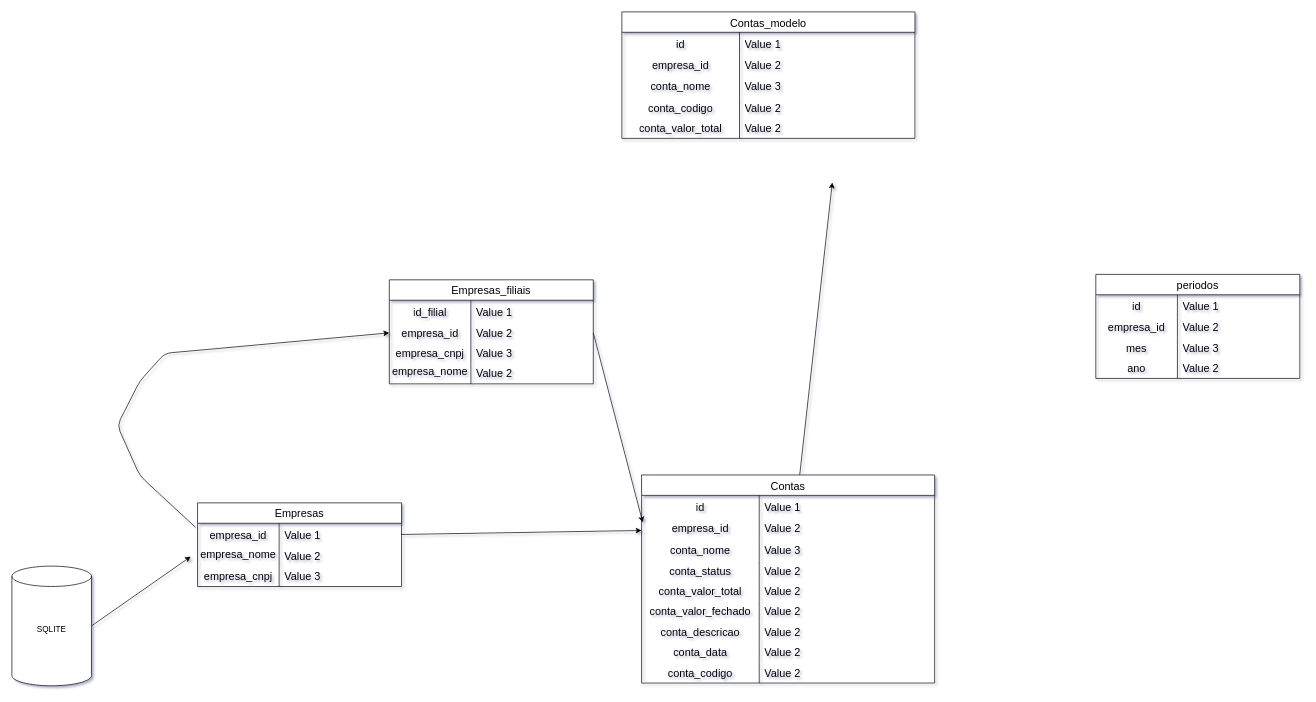
The draw.io diagram db.drawio in GabigolDEVPY/Gestao-DP-contabil, before the edit. Source tidied: cells renumbered, new cells numbered last; positions are measured from the earlier drawing's top-left corner, leaving out a move shared by most shapes. Both pictures are drawn from the tidied source at 68%, with x=0, y=0 at pixel (12, 12).
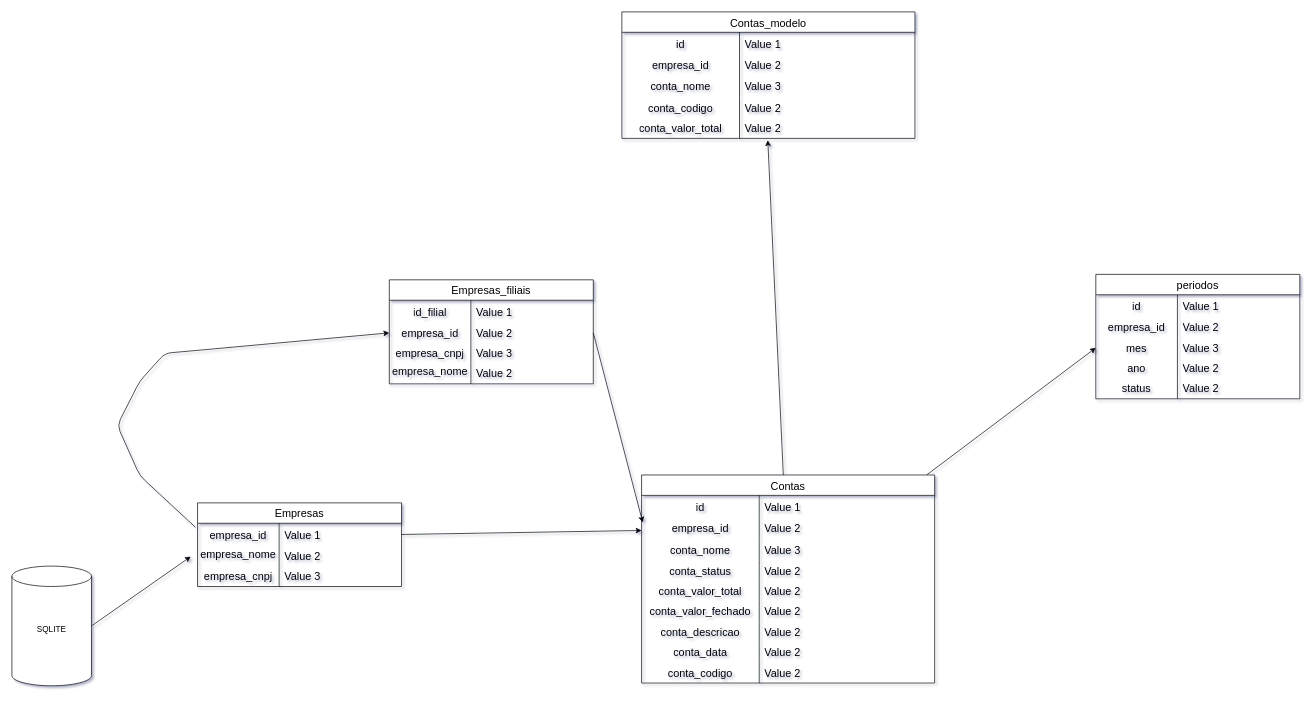
Above is the later version.

The change refers to these unchanged cells:
```xml
<mxCell id="28" value="Contas" style="shape=table;startSize=30;childLayout=tableLayout;rowLines=0;fontStyle=0;strokeColor=default;fontSize=16;" parent="1" vertex="1">
  <mxGeometry x="926" y="681" width="431" height="306" as="geometry" />
</mxCell>
<mxCell id="69" style="shape=tableRow;horizontal=0;startSize=0;swimlaneHead=0;swimlaneBody=0;top=0;left=0;bottom=0;right=0;fillColor=none;points=[[0,0.5],[1,0.5]];portConstraint=eastwest;strokeColor=inherit;fontSize=16;" parent="56" vertex="1">
  <mxGeometry y="156" width="431" height="30" as="geometry" />
</mxCell>
<mxCell id="82" style="shape=tableRow;horizontal=0;startSize=0;swimlaneHead=0;swimlaneBody=0;top=0;left=0;bottom=0;right=0;fillColor=none;points=[[0,0.5],[1,0.5]];portConstraint=eastwest;strokeColor=inherit;fontSize=16;" parent="75" vertex="1">
  <mxGeometry y="93" width="300" height="30" as="geometry" />
</mxCell>
```

Diff of the diagram source:
```diff
@@
+    <mxCell id="88" style="edgeStyle=none;html=1;entryX=0;entryY=0.5;entryDx=0;entryDy=0;" parent="1" edge="1" source="28" target="82">
+      <mxGeometry relative="1" as="geometry" />
+    </mxCell>
@@
-    <mxCell id="74" style="edgeStyle=none;html=1;entryX=0.718;entryY=1.159;entryDx=0;entryDy=0;entryPerimeter=0;" parent="1" edge="1" source="28">
-      <mxGeometry relative="1" as="geometry">
-        <mxPoint x="1206.5" y="250.8" as="targetPoint" />
-      </mxGeometry>
+    <mxCell id="74" style="edgeStyle=none;html=1;entryX=0.498;entryY=1.09;entryDx=0;entryDy=0;entryPerimeter=0;" parent="1" edge="1" source="28" target="69">
+      <mxGeometry relative="1" as="geometry" />
     </mxCell>
     <mxCell id="75" value="periodos" style="shape=table;startSize=30;childLayout=tableLayout;rowLines=0;fontStyle=0;strokeColor=default;fontSize=16;" parent="1" vertex="1">
-      <mxGeometry x="1594" y="386" width="300" height="153" as="geometry" />
+      <mxGeometry x="1594" y="386" width="300" height="183" as="geometry" />
     </mxCell>
@@
+    <mxCell id="89" style="shape=tableRow;horizontal=0;startSize=0;swimlaneHead=0;swimlaneBody=0;top=0;left=0;bottom=0;right=0;fillColor=none;strokeColor=inherit;fontSize=16;" parent="75" vertex="1">
+      <mxGeometry y="153" width="300" height="30" as="geometry" />
+    </mxCell>
+    <mxCell id="90" value="&lt;div&gt;status&lt;/div&gt;" style="shape=partialRectangle;html=1;whiteSpace=wrap;fillColor=none;top=0;left=0;bottom=0;right=0;overflow=hidden;strokeColor=inherit;fontSize=16;" parent="89" vertex="1">
+      <mxGeometry width="120" height="30" as="geometry" />
+    </mxCell>
+    <mxCell id="91" value="Value 2" style="shape=partialRectangle;html=1;whiteSpace=wrap;fillColor=none;top=0;left=0;bottom=0;right=0;align=left;spacingLeft=6;overflow=hidden;strokeColor=inherit;fontSize=16;" parent="89" vertex="1">
+      <mxGeometry x="120" width="180" height="30" as="geometry" />
+    </mxCell>
```
